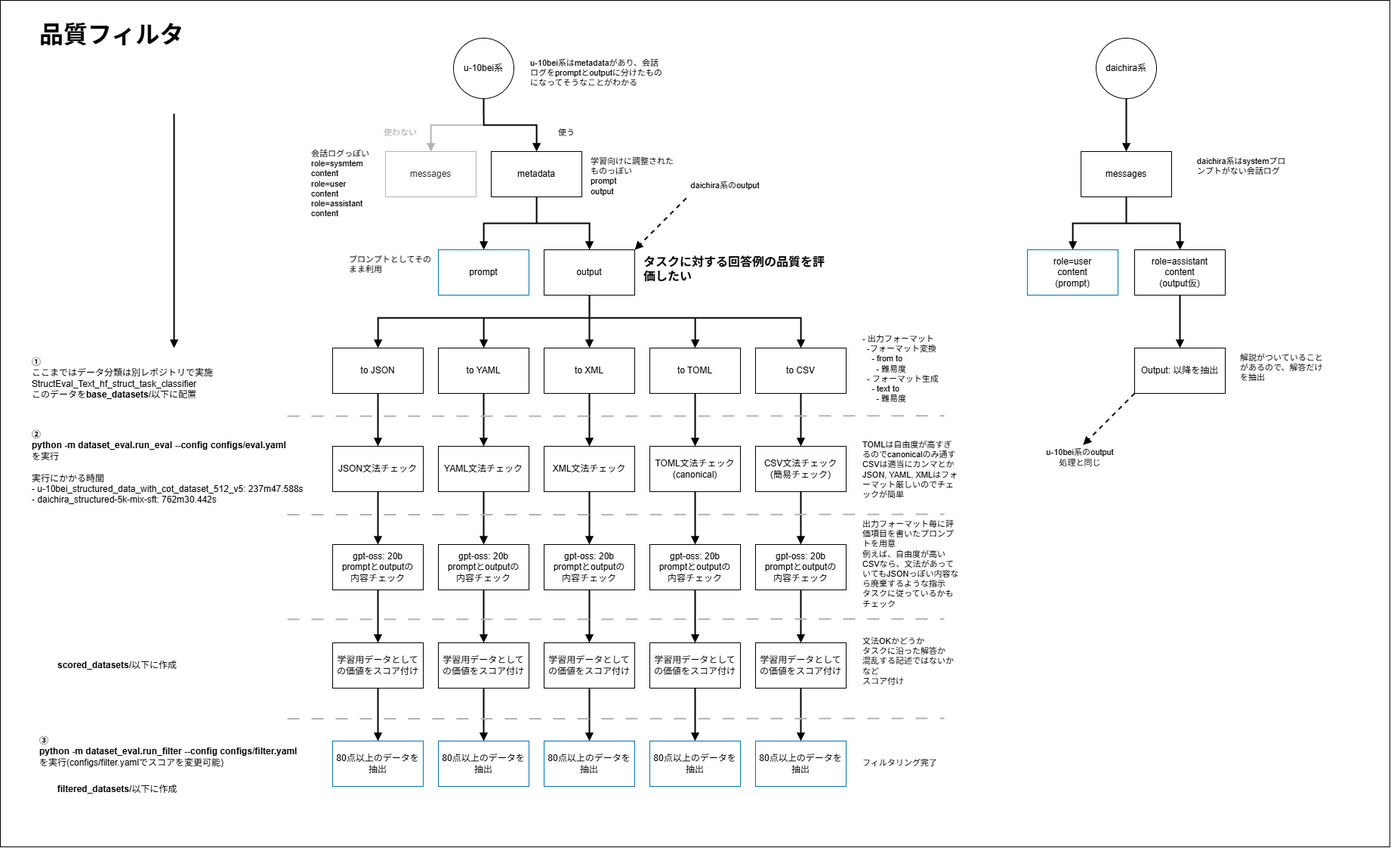
Before: data_quality_filter.png, a diagram exported from draw.io (naisy/StructEval_Text_dataset_quality_eval). Source tidied: cells renumbered, new cells last; positions are measured from the earlier drawing's top-left corner, leaving out a move shared by most shapes.
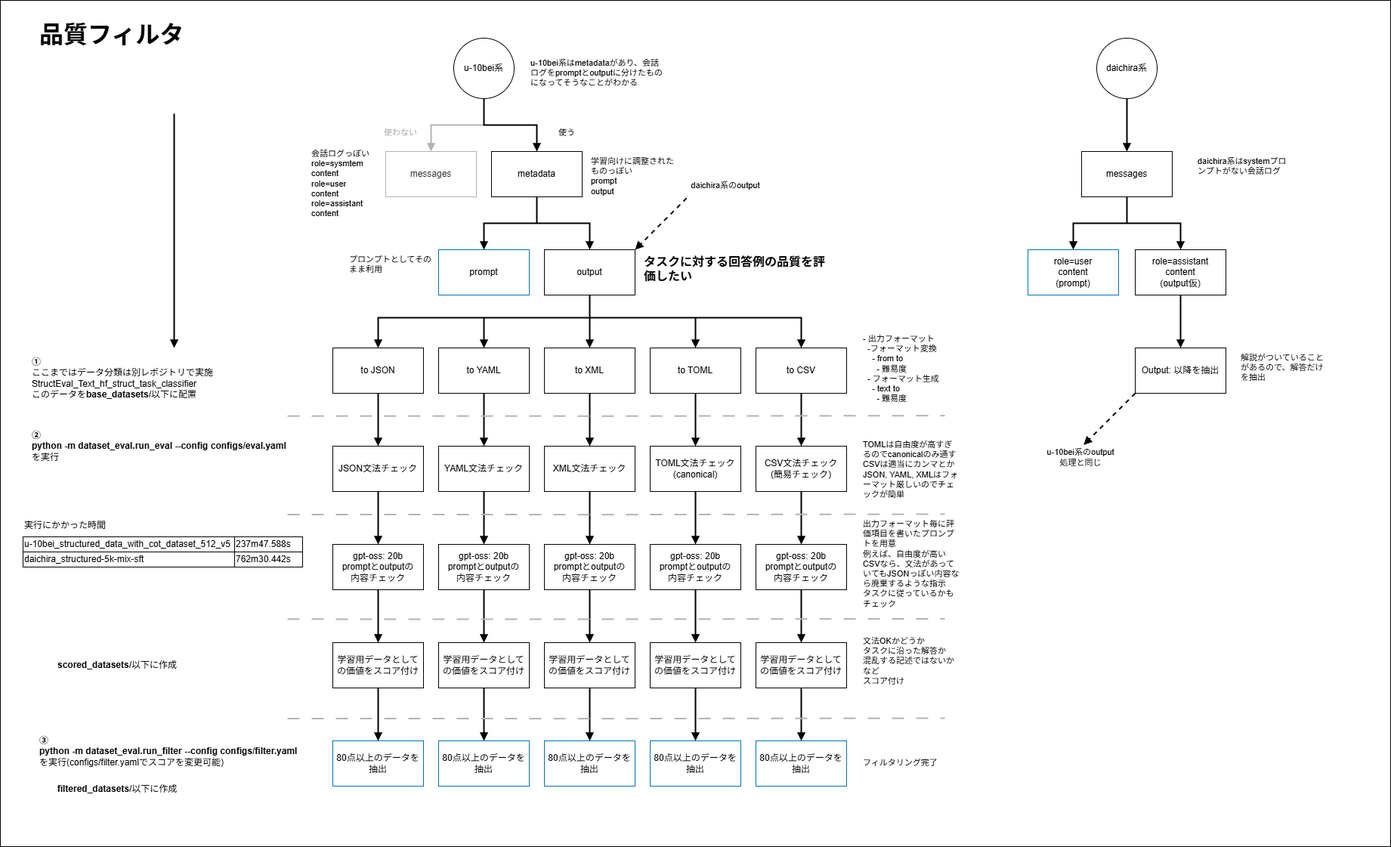
The same diagram one commit later.

Change to the diagram source:
```diff
@@ -335,11 +335,26 @@
     <mxCell id="98" value="&lt;b&gt;filtered_datasets/&lt;/b&gt;以下に作成" style="text;html=1;whiteSpace=wrap;strokeColor=none;fillColor=none;align=center;verticalAlign=middle;rounded=0;fontSize=12;" parent="1" vertex="1">
       <mxGeometry x="30" y="1023.8" width="250" height="40" as="geometry" />
     </mxCell>
-    <mxCell id="99" value="&lt;b&gt;②&lt;/b&gt;&lt;div&gt;&lt;b&gt;python -m dataset_eval.run_eval --config configs/eval.yaml&lt;/b&gt;&lt;/div&gt;&lt;div style=&quot;&quot;&gt;を実行&lt;/div&gt;&lt;div style=&quot;&quot;&gt;&lt;br&gt;&lt;/div&gt;&lt;div style=&quot;&quot;&gt;実行にかかる時間&lt;/div&gt;&lt;div style=&quot;&quot;&gt;&lt;div&gt;- u-10bei_structured_data_with_cot_dataset_512_v5: 237m47.588s&lt;/div&gt;&lt;div&gt;- daichira_structured-5k-mix-sft: 762m30.442s&lt;/div&gt;&lt;div&gt;&lt;br&gt;&lt;/div&gt;&lt;/div&gt;" style="text;html=1;whiteSpace=wrap;strokeColor=none;fillColor=none;align=left;verticalAlign=middle;rounded=0;fontSize=12;" parent="1" vertex="1">
-      <mxGeometry x="40" y="560" width="400" height="130" as="geometry" />
+    <mxCell id="99" value="&lt;b&gt;②&lt;/b&gt;&lt;div&gt;&lt;b&gt;python -m dataset_eval.run_eval --config configs/eval.yaml&lt;/b&gt;&lt;/div&gt;&lt;div style=&quot;&quot;&gt;を実行&lt;/div&gt;" style="text;html=1;whiteSpace=wrap;strokeColor=none;fillColor=none;align=left;verticalAlign=middle;rounded=0;fontSize=12;" parent="1" vertex="1">
+      <mxGeometry x="40" y="560" width="400" height="60" as="geometry" />
     </mxCell>
     <mxCell id="100" value="&lt;b&gt;③&lt;br&gt;&lt;/b&gt;&lt;div&gt;&lt;span style=&quot;background-color: transparent;&quot;&gt;&lt;b&gt;python -m dataset_eval.run_filter --config configs/filter.yaml&lt;/b&gt;&lt;/span&gt;&lt;/div&gt;&lt;div&gt;&lt;span style=&quot;background-color: transparent; color: light-dark(rgb(0, 0, 0), rgb(255, 255, 255));&quot;&gt;を実行&lt;/span&gt;&lt;span style=&quot;text-align: center; background-color: transparent; color: light-dark(rgb(0, 0, 0), rgb(255, 255, 255));&quot;&gt;(configs/filter.yamlでスコアを変更可能)&lt;/span&gt;&lt;/div&gt;" style="text;html=1;whiteSpace=wrap;strokeColor=none;fillColor=none;align=left;verticalAlign=middle;rounded=0;fontSize=12;" parent="1" vertex="1">
       <mxGeometry x="50" y="963.8" width="370" height="60" as="geometry" />
     </mxCell>
+    <mxCell id="101" value="&lt;span style=&quot;color: rgb(0, 0, 0); font-family: Helvetica; font-size: 12px; font-style: normal; font-variant-ligatures: normal; font-variant-caps: normal; font-weight: 400; letter-spacing: normal; orphans: 2; text-indent: 0px; text-transform: none; widows: 2; word-spacing: 0px; -webkit-text-stroke-width: 0px; white-space: normal; text-decoration-thickness: initial; text-decoration-style: initial; text-decoration-color: initial; float: none; display: inline !important;&quot;&gt;u-10bei_structured_data_with_cot_dataset_512_v5&lt;/span&gt;" style="rounded=0;whiteSpace=wrap;html=1;align=left;verticalAlign=middle;" parent="1" vertex="1">
+      <mxGeometry x="30" y="710" width="280" height="20" as="geometry" />
+    </mxCell>
+    <mxCell id="102" value="237m47.588s" style="rounded=0;whiteSpace=wrap;html=1;align=left;verticalAlign=middle;" parent="1" vertex="1">
+      <mxGeometry x="310" y="710" width="90" height="20" as="geometry" />
+    </mxCell>
+    <mxCell id="103" value="daichira_structured-5k-mix-sft" style="rounded=0;whiteSpace=wrap;html=1;align=left;verticalAlign=middle;" parent="1" vertex="1">
+      <mxGeometry x="30" y="730" width="280" height="20" as="geometry" />
+    </mxCell>
+    <mxCell id="104" value="762m30.442s" style="rounded=0;whiteSpace=wrap;html=1;align=left;verticalAlign=middle;" parent="1" vertex="1">
+      <mxGeometry x="310" y="730" width="90" height="20" as="geometry" />
+    </mxCell>
+    <mxCell id="105" value="&lt;div&gt;実行にかかった時間&lt;/div&gt;" style="text;html=1;whiteSpace=wrap;strokeColor=none;fillColor=none;align=left;verticalAlign=middle;rounded=0;" parent="1" vertex="1">
+      <mxGeometry x="30" y="680" width="170" height="30" as="geometry" />
+    </mxCell>
   </root>
 </mxGraphModel>
```
